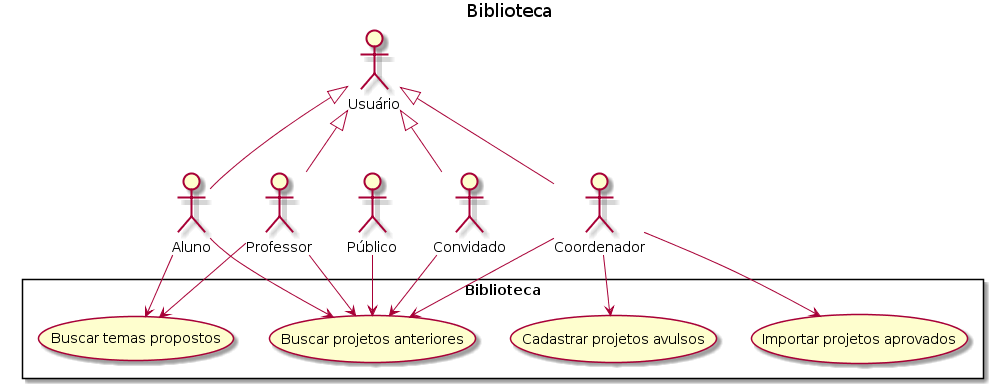
The PlantUML diagram imagens/bib.png in LucasArthur94/tcc, before a commit.
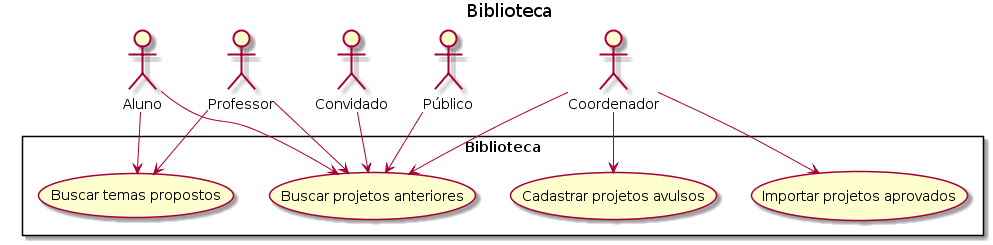
The same file after the commit.

The edit, as a diff of the source:
```diff
@@ -8,15 +8,6 @@
     (Buscar temas propostos)
 }
 
-Aluno -up-|> Usuário
-Professor -up-|> Usuário
-Convidado -up-|> Usuário
-Coordenador -up-|> Usuário
-
-Coordenador -down-> (Importar projetos aprovados)
-
-Coordenador -down-> (Cadastrar projetos avulsos)
-
 Aluno -down-> (Buscar projetos anteriores)
 Professor -down-> (Buscar projetos anteriores)
 Convidado -down-> (Buscar projetos anteriores)
@@ -25,4 +16,8 @@
 
 Aluno -down-> (Buscar temas propostos)
 Professor -down-> (Buscar temas propostos)
+
+Coordenador -down-> (Importar projetos aprovados)
+
+Coordenador -down-> (Cadastrar projetos avulsos)
 @enduml
```
